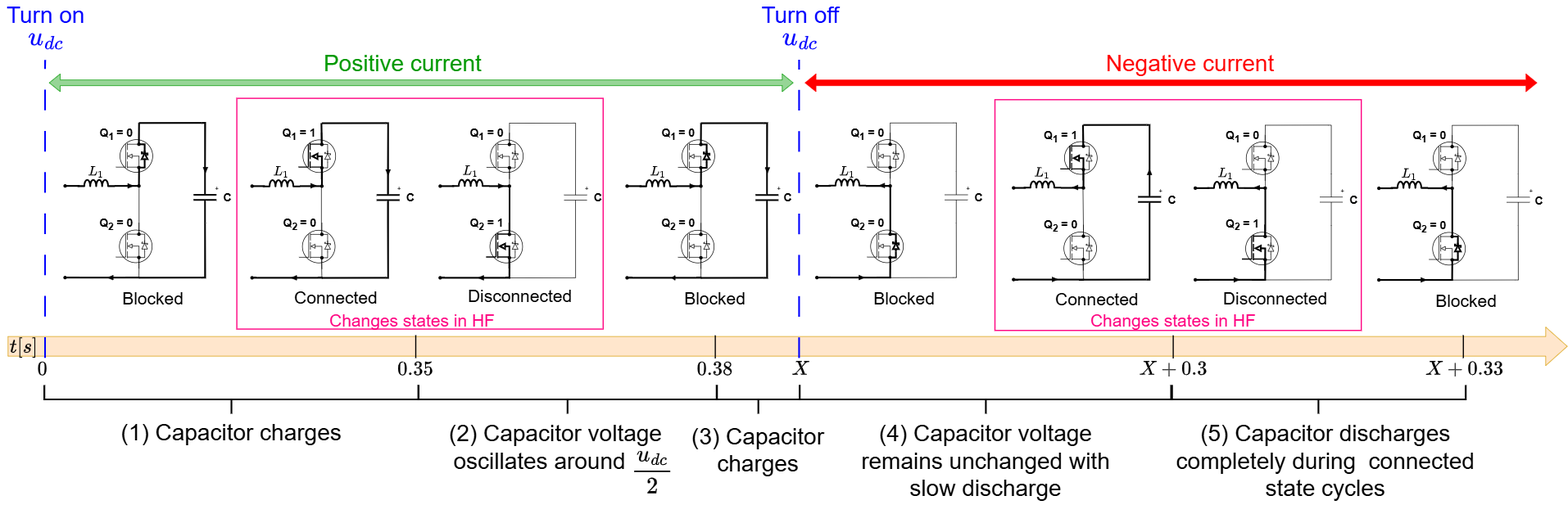
The draw.io diagram MMC_codes/Educational prototype/module_test_sequences/figures/HF_module_test_sequence_with_expected_results.png in analuhaas/MMC, before a commit. Source tidied: cells renumbered, new cells last; positions are measured from the earlier drawing's top-left corner, leaving out a move shared by most shapes.
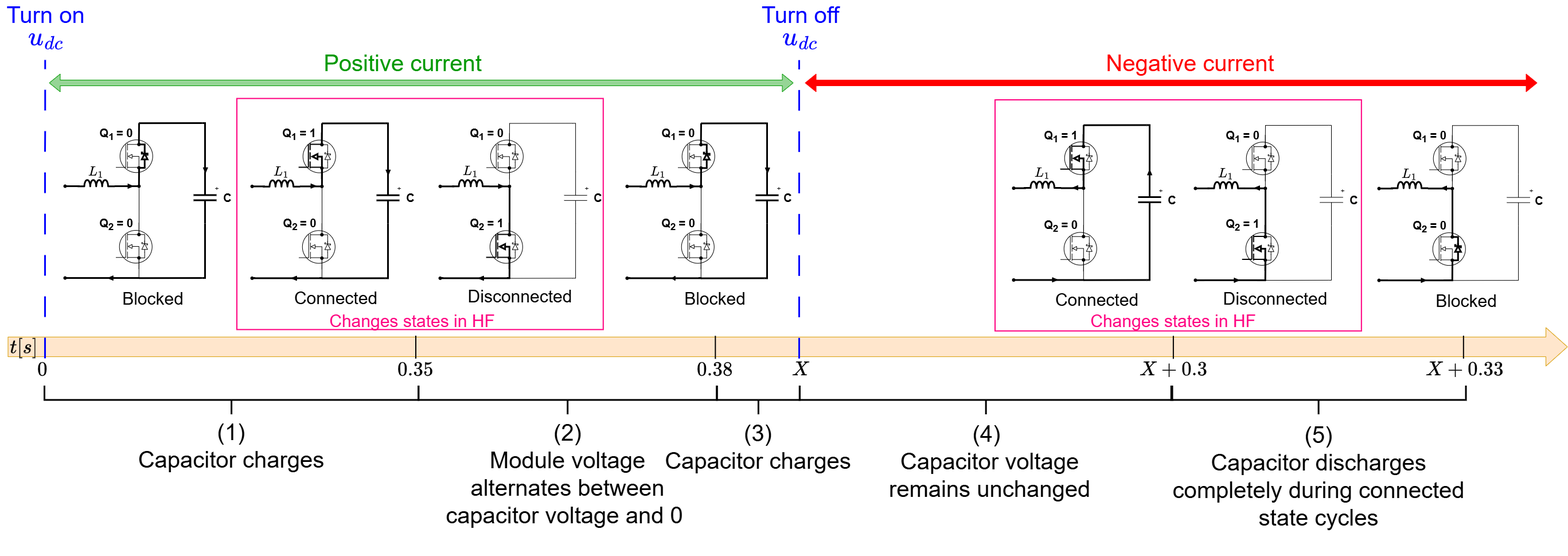
The same diagram one commit later.

Change to the diagram source:
```diff
@@ -907,190 +907,6 @@
     <mxCell id="215" style="shape=waypoint;sketch=0;fillStyle=solid;size=6;points=[];fillColor=none;perimeter=centerPerimeter;snapToPoint=1;strokeWidth=1;" parent="175" vertex="1">
       <mxGeometry x="-43" y="110" width="20" height="20" as="geometry" />
     </mxCell>
-    <mxCell id="216" style="group;" parent="1" vertex="1">
-      <mxGeometry x="1463" y="194" width="263.1" height="290" as="geometry" />
-    </mxCell>
-    <mxCell id="217" style="edgeStyle=elbowEdgeStyle;jettySize=auto;html=1;rounded=0;endArrow=none;startFill=0;jumpStyle=arc;strokeWidth=3;exitX=0.511;exitY=0.653;exitDx=0;exitDy=0;exitPerimeter=0;" parent="216" edge="1" source="249">
-      <mxGeometry relative="1" as="geometry">
-        <mxPoint x="88" y="120" as="targetPoint" />
-      </mxGeometry>
-    </mxCell>
-    <mxCell id="218" style="group;strokeWidth=2;" parent="216" vertex="1">
-      <mxGeometry x="19.8" width="79" height="129.9" as="geometry" />
-    </mxCell>
-    <mxCell id="219" value="Q&lt;sub&gt;1&lt;/sub&gt; = 0" style="text;html=1;align=center;verticalAlign=middle;strokeColor=none;fillColor=none;fontSize=20;fontStyle=1;rounded=0;" parent="218" vertex="1">
-      <mxGeometry x="-11" y="10" width="80" height="40" as="geometry" />
-    </mxCell>
-    <mxCell id="220" style="shape=(stored shape, 376 characters);whiteSpace=wrap;html=1;strokeWidth=1;" parent="218" vertex="1">
-      <mxGeometry x="29" y="27.2" width="40" height="80" as="geometry" />
-    </mxCell>
-    <mxCell id="221" style="shape=(stored shape, 364 characters);html=1;verticalAlign=top;align=left;spacingTop=10;spacing=0;spacingLeft=25;fillColor=none;flipV=1;rotation=-90;strokeWidth=1;" parent="218" vertex="1">
-      <mxGeometry x="69" y="63.2" width="20" height="10" as="geometry" />
-    </mxCell>
-    <mxCell id="222" style="edgeStyle=orthogonalEdgeStyle;jettySize=auto;html=1;rounded=0;endArrow=none;startFill=0;entryX=1;entryY=0.5;entryDx=0;entryDy=0;strokeWidth=1;" parent="218" edge="1" source="223">
-      <mxGeometry relative="1" as="geometry">
-        <mxPoint x="79" y="63" as="targetPoint" />
-      </mxGeometry>
-    </mxCell>
-    <mxCell id="223" style="shape=waypoint;sketch=0;fillStyle=solid;size=6;points=[];fillColor=none;perimeter=centerPerimeter;snapToPoint=1;strokeColor=default;strokeWidth=1;" parent="218" vertex="1">
-      <mxGeometry x="59" y="37.2" width="20" height="20" as="geometry" />
-    </mxCell>
-    <mxCell id="224" style="edgeStyle=orthogonalEdgeStyle;jettySize=auto;html=1;rounded=0;exitX=0;exitY=0.5;exitDx=0;exitDy=0;endArrow=none;startFill=0;strokeWidth=1;" parent="218" edge="1" target="225">
-      <mxGeometry relative="1" as="geometry">
-        <mxPoint x="79" y="78" as="sourcePoint" />
-        <Array as="points">
-          <mxPoint x="79" y="88" />
-        </Array>
-      </mxGeometry>
-    </mxCell>
-    <mxCell id="225" style="shape=waypoint;sketch=0;fillStyle=solid;size=6;points=[];fillColor=none;perimeter=centerPerimeter;snapToPoint=1;strokeColor=default;strokeWidth=1;" parent="218" vertex="1">
-      <mxGeometry x="59" y="78" width="20" height="20" as="geometry" />
-    </mxCell>
-    <mxCell id="226" style="edgeStyle=orthogonalEdgeStyle;jettySize=auto;html=1;rounded=0;entryX=0.5;entryY=0.5;entryDx=0;entryDy=0;entryPerimeter=0;endArrow=block;endFill=0;strokeWidth=1;" parent="218" edge="1" source="225">
-      <mxGeometry relative="1" as="geometry">
-        <mxPoint x="49" y="68" as="targetPoint" />
-        <Array as="points">
-          <mxPoint x="69" y="68" />
-        </Array>
-      </mxGeometry>
-    </mxCell>
-    <mxCell id="227" style="edgeStyle=elbowEdgeStyle;jettySize=auto;html=1;rounded=0;endArrow=none;startFill=0;jumpStyle=arc;exitX=0.998;exitY=0.265;exitDx=0;exitDy=0;strokeWidth=1;exitPerimeter=0;" parent="218" edge="1" source="220">
-      <mxGeometry relative="1" as="geometry">
-        <mxPoint x="69.1" y="10" as="targetPoint" />
-      </mxGeometry>
-    </mxCell>
-    <mxCell id="228" style="edgeStyle=elbowEdgeStyle;orthogonalLoop=1;jettySize=auto;html=1;rounded=0;endArrow=none;startFill=0;jumpStyle=arc;strokeWidth=3;" parent="218" edge="1">
-      <mxGeometry relative="1" as="geometry">
-        <mxPoint x="-9.9" y="119.9" as="sourcePoint" />
-        <mxPoint x="68" y="119.9" as="targetPoint" />
-      </mxGeometry>
-    </mxCell>
-    <mxCell id="229" style="triangle;whiteSpace=wrap;html=1;fillColor=#000000;rotation=-180;" parent="218" vertex="1">
-      <mxGeometry x="50" y="115.4" width="9.3" height="7.9" as="geometry" />
-    </mxCell>
-    <mxCell id="230" style="group;strokeWidth=2;" parent="216" vertex="1">
-      <mxGeometry x="43.8" y="157" width="70" height="110" as="geometry" />
-    </mxCell>
-    <mxCell id="231" value="Q&lt;sub&gt;2&lt;/sub&gt; = 0" style="text;html=1;align=center;verticalAlign=middle;strokeColor=none;fillColor=none;fontSize=20;fontStyle=1;rounded=0;" parent="230" vertex="1">
-      <mxGeometry x="-35" y="9.8" width="80" height="40" as="geometry" />
-    </mxCell>
-    <mxCell id="232" style="shape=(stored shape, 376 characters);whiteSpace=wrap;html=1;strokeWidth=1;" parent="230" vertex="1">
-      <mxGeometry x="5" y="27.2" width="40" height="80" as="geometry" />
-    </mxCell>
-    <mxCell id="233" style="ellipse;whiteSpace=wrap;html=1;fillColor=none;strokeWidth=1;strokeColor=default;" parent="230" vertex="1">
-      <mxGeometry x="11" y="40" width="57" height="57" as="geometry" />
-    </mxCell>
-    <mxCell id="234" style="shape=(stored shape, 364 characters);html=1;verticalAlign=top;align=left;spacingTop=10;spacing=0;spacingLeft=25;fillColor=none;flipV=1;rotation=-90;strokeWidth=3;" parent="230" vertex="1">
-      <mxGeometry x="45" y="63.2" width="20" height="10" as="geometry" />
-    </mxCell>
-    <mxCell id="235" style="edgeStyle=orthogonalEdgeStyle;jettySize=auto;html=1;rounded=0;endArrow=none;startFill=0;entryX=1;entryY=0.5;entryDx=0;entryDy=0;strokeWidth=3;" parent="230" edge="1" source="236">
-      <mxGeometry relative="1" as="geometry">
-        <mxPoint x="55" y="63" as="targetPoint" />
-      </mxGeometry>
-    </mxCell>
-    <mxCell id="236" style="shape=waypoint;sketch=0;fillStyle=solid;size=6;points=[];fillColor=none;perimeter=centerPerimeter;snapToPoint=1;strokeColor=default;strokeWidth=1;" parent="230" vertex="1">
-      <mxGeometry x="35" y="37.2" width="20" height="20" as="geometry" />
-    </mxCell>
-    <mxCell id="237" style="edgeStyle=orthogonalEdgeStyle;jettySize=auto;html=1;rounded=0;exitX=0;exitY=0.5;exitDx=0;exitDy=0;endArrow=none;startFill=0;strokeWidth=3;fontSize=30;" parent="230" edge="1" target="238">
-      <mxGeometry relative="1" as="geometry">
-        <mxPoint x="55" y="78" as="sourcePoint" />
-        <Array as="points">
-          <mxPoint x="55" y="88" />
-        </Array>
-      </mxGeometry>
-    </mxCell>
-    <mxCell id="238" style="shape=waypoint;sketch=0;fillStyle=solid;size=6;points=[];fillColor=none;perimeter=centerPerimeter;snapToPoint=1;strokeColor=default;strokeWidth=1;fontSize=30;" parent="230" vertex="1">
-      <mxGeometry x="35" y="78" width="20" height="20" as="geometry" />
-    </mxCell>
-    <mxCell id="239" style="edgeStyle=orthogonalEdgeStyle;jettySize=auto;html=1;rounded=0;entryX=0.5;entryY=0.5;entryDx=0;entryDy=0;entryPerimeter=0;endArrow=block;endFill=0;strokeWidth=1;fontSize=30;" parent="230" edge="1" source="238">
-      <mxGeometry relative="1" as="geometry">
-        <mxPoint x="25" y="68" as="targetPoint" />
-        <Array as="points">
-          <mxPoint x="45" y="68" />
-        </Array>
-      </mxGeometry>
-    </mxCell>
-    <mxCell id="240" style="shape=waypoint;sketch=0;fillStyle=solid;size=6;fillColor=none;perimeter=centerPerimeter;strokeColor=none;strokeWidth=1;" parent="230" vertex="1">
-      <mxGeometry x="35" y="-20" width="20" height="20" as="geometry" />
-    </mxCell>
-    <mxCell id="241" style="edgeStyle=elbowEdgeStyle;jettySize=auto;html=1;rounded=0;endArrow=none;startFill=0;jumpStyle=arc;exitX=1.006;exitY=0.264;exitDx=0;exitDy=0;strokeWidth=3;exitPerimeter=0;" parent="216" edge="1" source="232" target="243">
-      <mxGeometry relative="1" as="geometry" />
-    </mxCell>
-    <mxCell id="242" style="edgeStyle=orthogonalEdgeStyle;rounded=0;jettySize=auto;html=1;endArrow=none;endFill=0;strokeWidth=1;" parent="216" edge="1" source="243">
-      <mxGeometry relative="1" as="geometry">
-        <mxPoint x="89" y="90" as="targetPoint" />
-      </mxGeometry>
-    </mxCell>
-    <mxCell id="243" style="shape=waypoint;sketch=0;fillStyle=solid;size=6;points=[];fillColor=none;perimeter=centerPerimeter;snapToPoint=1;strokeWidth=1;" parent="216" vertex="1">
-      <mxGeometry x="78.8" y="110" width="20" height="20" as="geometry" />
-    </mxCell>
-    <mxCell id="244" style="edgeStyle=elbowEdgeStyle;jettySize=auto;html=1;rounded=0;endArrow=none;startFill=0;jumpStyle=arc;exitX=1;exitY=0;exitDx=0;exitDy=0;strokeWidth=3;entryX=1.006;entryY=0.765;entryDx=0;entryDy=0;entryPerimeter=0;fontSize=30;" parent="216" edge="1" target="232">
-      <mxGeometry relative="1" as="geometry">
-        <mxPoint x="88.8" y="281" as="sourcePoint" />
-      </mxGeometry>
-    </mxCell>
-    <mxCell id="245" style="edgeStyle=elbowEdgeStyle;jettySize=auto;html=1;rounded=0;endArrow=none;startFill=0;jumpStyle=arc;strokeWidth=3;fontSize=30;" parent="216" edge="1" source="250">
-      <mxGeometry relative="1" as="geometry">
-        <mxPoint x="89.8" y="280" as="targetPoint" />
-      </mxGeometry>
-    </mxCell>
-    <mxCell id="246" style="edgeStyle=elbowEdgeStyle;orthogonalLoop=1;jettySize=auto;html=1;rounded=0;endArrow=none;startFill=0;jumpStyle=arc;strokeWidth=1;" parent="216" edge="1">
-      <mxGeometry relative="1" as="geometry">
-        <mxPoint x="88.8" y="10.2" as="sourcePoint" />
-        <mxPoint x="199.1" y="10" as="targetPoint" />
-      </mxGeometry>
-    </mxCell>
-    <mxCell id="247" style="edgeStyle=elbowEdgeStyle;orthogonalLoop=1;jettySize=auto;html=1;rounded=0;endArrow=none;startFill=0;jumpStyle=arc;strokeWidth=1;fontSize=30;" parent="216" edge="1">
-      <mxGeometry relative="1" as="geometry">
-        <mxPoint x="88.8" y="280.2" as="sourcePoint" />
-        <mxPoint x="199.1" y="280" as="targetPoint" />
-      </mxGeometry>
-    </mxCell>
-    <mxCell id="248" style="edgeStyle=elbowEdgeStyle;jettySize=auto;html=1;rounded=0;endArrow=none;startFill=0;jumpStyle=arc;strokeWidth=2;" parent="216" edge="1" target="249">
-      <mxGeometry relative="1" as="geometry">
-        <mxPoint x="-39.9" y="120" as="sourcePoint" />
-      </mxGeometry>
-    </mxCell>
-    <mxCell id="249" style="shape=waypoint;sketch=0;fillStyle=solid;size=6;points=[];fillColor=none;perimeter=centerPerimeter;snapToPoint=1;strokeWidth=1;" parent="216" vertex="1">
-      <mxGeometry x="-48.9" y="110" width="20" height="20" as="geometry" />
-    </mxCell>
-    <mxCell id="250" style="shape=waypoint;sketch=0;fillStyle=solid;size=6;points=[];fillColor=none;perimeter=centerPerimeter;snapToPoint=1;strokeWidth=1;fontSize=30;" parent="216" vertex="1">
-      <mxGeometry x="-49" y="270" width="20" height="20" as="geometry" />
-    </mxCell>
-    <mxCell id="251" style="edgeStyle=orthogonalEdgeStyle;rounded=0;jettySize=auto;html=1;exitX=0;exitY=0.5;exitDx=0;exitDy=0;exitPerimeter=0;strokeWidth=1;endArrow=none;endFill=0;" parent="216" edge="1" source="253">
-      <mxGeometry relative="1" as="geometry">
-        <mxPoint x="199.1" y="10" as="targetPoint" />
-        <Array as="points">
-          <mxPoint x="204.1" y="10" />
-        </Array>
-      </mxGeometry>
-    </mxCell>
-    <mxCell id="252" style="edgeStyle=orthogonalEdgeStyle;rounded=0;jettySize=auto;html=1;exitX=1;exitY=0.5;exitDx=0;exitDy=0;exitPerimeter=0;strokeWidth=1;endArrow=none;endFill=0;" parent="216" edge="1" source="253">
-      <mxGeometry relative="1" as="geometry">
-        <mxPoint x="199.1" y="280" as="targetPoint" />
-        <Array as="points">
-          <mxPoint x="204.1" y="280" />
-        </Array>
-      </mxGeometry>
-    </mxCell>
-    <mxCell id="253" style="verticalLabelPosition=bottom;shadow=0;dashed=0;align=center;html=1;verticalAlign=top;shape=mxgraph.electrical.capacitors.capacitor_1;rotation=90;strokeWidth=1;" parent="216" vertex="1">
-      <mxGeometry x="159.1" y="120" width="90" height="40" as="geometry" />
-    </mxCell>
-    <mxCell id="254" value="C" style="text;html=1;align=center;verticalAlign=middle;strokeColor=none;fillColor=none;fontSize=20;fontStyle=1;rounded=0;strokeWidth=2;" parent="216" vertex="1">
-      <mxGeometry x="223.1" y="120" width="40" height="40" as="geometry" />
-    </mxCell>
-    <mxCell id="255" style="ellipse;whiteSpace=wrap;html=1;fillColor=none;strokeWidth=1;strokeColor=default;" parent="216" vertex="1">
-      <mxGeometry x="55.8" y="39.2" width="57" height="57" as="geometry" />
-    </mxCell>
-    <mxCell id="256" style="triangle;whiteSpace=wrap;html=1;fillColor=#000000;rotation=0;fontSize=30;" parent="216" vertex="1">
-      <mxGeometry x="34.4" y="276" width="9.3" height="7.9" as="geometry" />
-    </mxCell>
-    <mxCell id="257" value="+" style="text;html=1;align=center;verticalAlign=middle;whiteSpace=wrap;rounded=0;" parent="216" vertex="1">
-      <mxGeometry x="194.8" y="110" width="60" height="30" as="geometry" />
-    </mxCell>
-    <mxCell id="258" value="Blocked" style="text;html=1;align=center;verticalAlign=middle;whiteSpace=wrap;rounded=0;fontSize=30;" parent="1" vertex="1">
-      <mxGeometry x="1506" y="494.5" width="141.2" height="30" as="geometry" />
-    </mxCell>
     <mxCell id="259" value="Disconnected" style="text;html=1;align=center;verticalAlign=middle;whiteSpace=wrap;rounded=0;fontSize=30;" parent="1" vertex="1">
       <mxGeometry x="2153.5" y="494.9" width="141.2" height="30" as="geometry" />
     </mxCell>
@@ -1109,15 +925,6 @@
     <mxCell id="264" style="verticalLabelPosition=bottom;shadow=0;dashed=0;align=center;html=1;verticalAlign=top;shape=mxgraph.electrical.inductors.inductor_3;strokeWidth=3;fillColor=#FFFFFF;" parent="1" vertex="1">
       <mxGeometry x="134.8" y="303.3" width="65" height="11" as="geometry" />
     </mxCell>
-    <mxCell id="265" style="rounded=0;whiteSpace=wrap;html=1;strokeColor=none;" parent="1" vertex="1">
-      <mxGeometry x="1448.9" y="308.1" width="60.9" height="21.8" as="geometry" />
-    </mxCell>
-    <mxCell id="266" value="$$L_1$$" style="text;html=1;align=center;verticalAlign=middle;whiteSpace=wrap;rounded=0;strokeWidth=6;fontSize=20;fillColor=none;" parent="1" vertex="1">
-      <mxGeometry x="1446.2" y="278.5" width="62.5" height="20" as="geometry" />
-    </mxCell>
-    <mxCell id="267" style="verticalLabelPosition=bottom;shadow=0;dashed=0;align=center;html=1;verticalAlign=top;shape=mxgraph.electrical.inductors.inductor_3;strokeWidth=3;fillColor=#FFFFFF;" parent="1" vertex="1">
-      <mxGeometry x="1444.7" y="302.3" width="65" height="11" as="geometry" />
-    </mxCell>
     <mxCell id="268" style="edgeStyle=elbowEdgeStyle;orthogonalLoop=1;jettySize=auto;html=1;rounded=0;endArrow=none;startFill=0;jumpStyle=arc;strokeWidth=2;" parent="1" edge="1">
       <mxGeometry relative="1" as="geometry">
         <mxPoint x="765.1" y="313.9" as="sourcePoint" />
@@ -1633,35 +1440,32 @@
     <mxCell id="393" style="strokeWidth=3;html=1;shape=mxgraph.flowchart.annotation_2;align=left;labelPosition=right;rotation=-90;" parent="1" vertex="1">
       <mxGeometry x="378.1" y="360.4" width="50" height="652.4" as="geometry" />
     </mxCell>
-    <mxCell id="394" value="(1) Capacitor charges" style="text;html=1;whiteSpace=wrap;strokeColor=none;fillColor=none;align=center;verticalAlign=middle;rounded=0;fontSize=40;" parent="1" vertex="1">
-      <mxGeometry x="107.2" y="728.7" width="591.9" height="30" as="geometry" />
+    <mxCell id="394" value="(1)&lt;div&gt;Capacitor charges&lt;/div&gt;" style="text;html=1;whiteSpace=wrap;strokeColor=none;fillColor=none;align=center;verticalAlign=middle;rounded=0;fontSize=40;" parent="1" vertex="1">
+      <mxGeometry x="107.2" y="751" width="591.9" height="30" as="geometry" />
     </mxCell>
     <mxCell id="395" style="strokeWidth=3;html=1;shape=mxgraph.flowchart.annotation_2;align=left;labelPosition=right;rotation=-90;" parent="1" vertex="1">
       <mxGeometry x="964.2" y="426.6" width="50" height="520" as="geometry" />
     </mxCell>
-    <mxCell id="396" value="(2) Capacitor voltage oscillates around&amp;nbsp; &amp;nbsp; &amp;nbsp; &amp;nbsp;&amp;nbsp;" style="text;html=1;whiteSpace=wrap;strokeColor=none;fillColor=none;align=center;verticalAlign=middle;rounded=0;fontSize=40;" parent="1" vertex="1">
-      <mxGeometry x="777.1" y="777.6" width="382.9" height="30" as="geometry" />
+    <mxCell id="396" value="(2)&lt;div&gt;Module voltage alternates between capacitor voltage and 0&amp;nbsp; &amp;nbsp;&lt;/div&gt;" style="text;html=1;whiteSpace=wrap;strokeColor=none;fillColor=none;align=center;verticalAlign=middle;rounded=0;fontSize=40;" parent="1" vertex="1">
+      <mxGeometry x="773.9" y="824" width="430.7" height="30" as="geometry" />
     </mxCell>
     <mxCell id="397" style="strokeWidth=3;html=1;shape=mxgraph.flowchart.annotation_2;align=left;labelPosition=right;rotation=-90;" parent="1" vertex="1">
       <mxGeometry x="2273.6" y="429.7" width="50" height="513.7" as="geometry" />
     </mxCell>
-    <mxCell id="398" value="(5) Capacitor discharges completely during&amp;nbsp; connected state cycles" style="text;html=1;whiteSpace=wrap;strokeColor=none;fillColor=none;align=center;verticalAlign=middle;rounded=0;fontSize=40;" parent="1" vertex="1">
-      <mxGeometry x="2030" y="777.6" width="562.1" height="30" as="geometry" />
+    <mxCell id="398" value="(5)&lt;div&gt;Capacitor discharges completely during connected state cycles&lt;/div&gt;" style="text;html=1;whiteSpace=wrap;strokeColor=none;fillColor=none;align=center;verticalAlign=middle;rounded=0;fontSize=40;" parent="1" vertex="1">
+      <mxGeometry x="2017.5" y="804" width="562.1" height="30" as="geometry" />
     </mxCell>
-    <mxCell id="399" value="$$\frac{u_{dc}}{2}$$" style="text;html=1;align=center;verticalAlign=middle;whiteSpace=wrap;rounded=0;strokeWidth=6;fontSize=35;fillColor=none;fontColor=#000000;" parent="1" vertex="1">
-      <mxGeometry x="1041.8" y="804" width="190" height="20" as="geometry" />
-    </mxCell>
     <mxCell id="400" style="strokeWidth=3;html=1;shape=mxgraph.flowchart.annotation_2;align=left;labelPosition=right;rotation=-90;" parent="1" vertex="1">
       <mxGeometry x="1296.9" y="614.4" width="50" height="144.3" as="geometry" />
     </mxCell>
-    <mxCell id="401" value="(3) Capacitor charges" style="text;html=1;whiteSpace=wrap;strokeColor=none;fillColor=none;align=center;verticalAlign=middle;rounded=0;fontSize=40;" parent="1" vertex="1">
-      <mxGeometry x="1156.3" y="758.7" width="331.2" height="30" as="geometry" />
+    <mxCell id="401" value="(3)&lt;div&gt;Capacitor charges&lt;/div&gt;" style="text;html=1;whiteSpace=wrap;strokeColor=none;fillColor=none;align=center;verticalAlign=middle;rounded=0;fontSize=40;" parent="1" vertex="1">
+      <mxGeometry x="1156.3" y="753" width="331.2" height="30" as="geometry" />
     </mxCell>
     <mxCell id="402" style="strokeWidth=3;html=1;shape=mxgraph.flowchart.annotation_2;align=left;labelPosition=right;rotation=-90;" parent="1" vertex="1">
       <mxGeometry x="1693.6" y="361.8" width="50" height="649.6" as="geometry" />
     </mxCell>
-    <mxCell id="403" value="(4) Capacitor voltage remains unchanged with slow discharge" style="text;html=1;whiteSpace=wrap;strokeColor=none;fillColor=none;align=center;verticalAlign=middle;rounded=0;fontSize=40;" parent="1" vertex="1">
-      <mxGeometry x="1490.1" y="777.6" width="457" height="30" as="geometry" />
+    <mxCell id="403" value="(4)&amp;nbsp;&lt;div&gt;Capacitor voltage remains unchanged&lt;/div&gt;" style="text;html=1;whiteSpace=wrap;strokeColor=none;fillColor=none;align=center;verticalAlign=middle;rounded=0;fontSize=40;" parent="1" vertex="1">
+      <mxGeometry x="1497" y="777.6" width="457" height="30" as="geometry" />
     </mxCell>
     <mxCell id="404" value="Changes states in HF" style="text;html=1;align=center;verticalAlign=middle;whiteSpace=wrap;rounded=0;fontSize=30;fontColor=#FF0080;" parent="1" vertex="1">
       <mxGeometry x="1887.7" y="534.4" width="314.9" height="30" as="geometry" />
```
